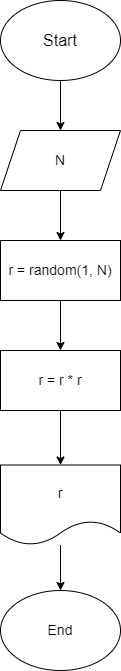
Earlier version of the draw.io export ex000.drawio.png (iksergey/practice_temp). Source tidied: cells renumbered, new cells last; positions are measured from the earlier drawing's top-left corner, leaving out a move shared by most shapes.
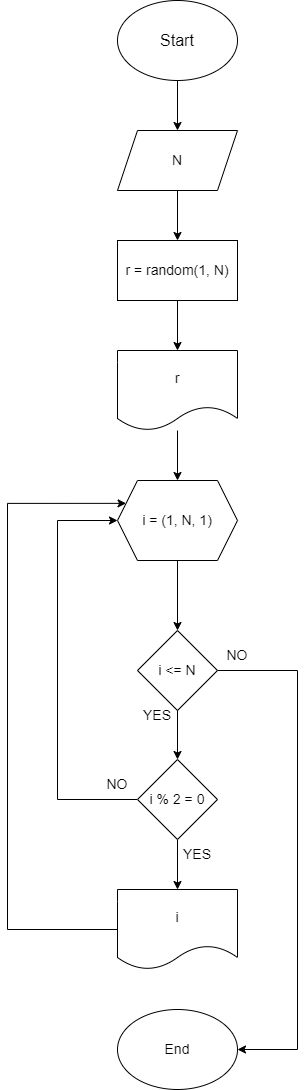
After the commit.

Commit message:
Изменена диаграмма 2

The edit, as a diff of the source:
```diff
@@ -9,7 +9,7 @@
       <mxGeometry width="120" height="80" as="geometry" />
     </mxCell>
     <mxCell id="4" value="&lt;font style=&quot;font-size: 14px;&quot;&gt;End&lt;/font&gt;" style="ellipse;whiteSpace=wrap;html=1;" parent="1" vertex="1">
-      <mxGeometry y="590" width="120" height="80" as="geometry" />
+      <mxGeometry y="1009" width="120" height="80" as="geometry" />
     </mxCell>
     <mxCell id="5" style="edgeStyle=orthogonalEdgeStyle;rounded=0;jettySize=auto;html=1;fontSize=14;" parent="1" edge="1" source="6" target="8">
       <mxGeometry relative="1" as="geometry" />
@@ -17,23 +17,78 @@
     <mxCell id="6" value="&lt;font style=&quot;font-size: 14px;&quot;&gt;N&lt;/font&gt;" style="shape=parallelogram;perimeter=parallelogramPerimeter;whiteSpace=wrap;html=1;fixedSize=1;" parent="1" vertex="1">
       <mxGeometry y="130" width="120" height="60" as="geometry" />
     </mxCell>
-    <mxCell id="7" style="edgeStyle=orthogonalEdgeStyle;rounded=0;jettySize=auto;html=1;fontSize=14;" parent="1" edge="1" source="8" target="10">
-      <mxGeometry relative="1" as="geometry" />
+    <mxCell id="7" style="edgeStyle=orthogonalEdgeStyle;rounded=0;jettySize=auto;html=1;fontSize=14;" parent="1" edge="1" source="8">
+      <mxGeometry relative="1" as="geometry">
+        <mxPoint x="60" y="350" as="targetPoint" />
+      </mxGeometry>
     </mxCell>
     <mxCell id="8" value="&lt;font style=&quot;font-size: 14px;&quot;&gt;r = random(1, N)&lt;/font&gt;" style="rounded=0;whiteSpace=wrap;html=1;" parent="1" vertex="1">
       <mxGeometry y="240" width="120" height="60" as="geometry" />
     </mxCell>
-    <mxCell id="9" style="edgeStyle=orthogonalEdgeStyle;rounded=0;jettySize=auto;html=1;fontSize=14;" parent="1" edge="1" source="10" target="12">
-      <mxGeometry relative="1" as="geometry" />
-    </mxCell>
-    <mxCell id="10" value="&lt;font style=&quot;font-size: 14px;&quot;&gt;r = r * r&lt;/font&gt;" style="rounded=0;whiteSpace=wrap;html=1;" parent="1" vertex="1">
-      <mxGeometry y="350" width="120" height="60" as="geometry" />
-    </mxCell>
-    <mxCell id="11" style="edgeStyle=orthogonalEdgeStyle;rounded=0;jettySize=auto;html=1;fontSize=14;" parent="1" edge="1" source="12" target="4">
-      <mxGeometry relative="1" as="geometry" />
-    </mxCell>
+    <mxCell id="13" style="edgeStyle=orthogonalEdgeStyle;rounded=0;jettySize=auto;html=1;fontSize=14;" parent="1" edge="1" source="12" target="16">
+      <mxGeometry relative="1" as="geometry" />
+    </mxCell>
     <mxCell id="12" value="&lt;font style=&quot;font-size: 14px;&quot;&gt;r&lt;/font&gt;" style="shape=document;whiteSpace=wrap;html=1;boundedLbl=1;" parent="1" vertex="1">
-      <mxGeometry y="464.5" width="120" height="80" as="geometry" />
+      <mxGeometry y="350" width="120" height="80" as="geometry" />
     </mxCell>
+    <mxCell id="14" style="edgeStyle=orthogonalEdgeStyle;rounded=0;jettySize=auto;html=1;fontSize=14;" parent="1" edge="1" target="19">
+      <mxGeometry relative="1" as="geometry">
+        <mxPoint x="60" y="709" as="sourcePoint" />
+      </mxGeometry>
+    </mxCell>
+    <mxCell id="15" style="edgeStyle=orthogonalEdgeStyle;rounded=0;jettySize=auto;html=1;exitX=0.5;exitY=1;exitDx=0;exitDy=0;entryX=0.5;entryY=0;entryDx=0;entryDy=0;fontSize=14;" parent="1" edge="1" source="16" target="25">
+      <mxGeometry relative="1" as="geometry" />
+    </mxCell>
+    <mxCell id="16" value="i = (1, N, 1)" style="shape=hexagon;perimeter=hexagonPerimeter2;whiteSpace=wrap;html=1;fixedSize=1;fontSize=14;" parent="1" vertex="1">
+      <mxGeometry y="480" width="120" height="80" as="geometry" />
+    </mxCell>
+    <mxCell id="17" style="edgeStyle=orthogonalEdgeStyle;rounded=0;jettySize=auto;html=1;fontSize=14;" parent="1" edge="1" source="19" target="21">
+      <mxGeometry relative="1" as="geometry" />
+    </mxCell>
+    <mxCell id="18" style="edgeStyle=orthogonalEdgeStyle;rounded=0;jettySize=auto;html=1;exitX=0;exitY=0.5;exitDx=0;exitDy=0;entryX=0;entryY=0.5;entryDx=0;entryDy=0;fontSize=14;" parent="1" edge="1" source="19" target="16">
+      <mxGeometry relative="1" as="geometry">
+        <Array as="points">
+          <mxPoint x="-60" y="799" />
+          <mxPoint x="-60" y="520" />
+        </Array>
+      </mxGeometry>
+    </mxCell>
+    <mxCell id="19" value="i % 2 = 0" style="rhombus;whiteSpace=wrap;html=1;fontSize=14;" parent="1" vertex="1">
+      <mxGeometry x="20" y="759" width="80" height="80" as="geometry" />
+    </mxCell>
+    <mxCell id="20" style="edgeStyle=orthogonalEdgeStyle;rounded=0;jettySize=auto;html=1;exitX=0;exitY=0.5;exitDx=0;exitDy=0;entryX=0;entryY=0.25;entryDx=0;entryDy=0;fontSize=14;" parent="1" edge="1" source="21" target="16">
+      <mxGeometry relative="1" as="geometry">
+        <Array as="points">
+          <mxPoint x="-110" y="929" />
+          <mxPoint x="-110" y="503" />
+        </Array>
+      </mxGeometry>
+    </mxCell>
+    <mxCell id="21" value="i" style="shape=document;whiteSpace=wrap;html=1;boundedLbl=1;fontSize=14;" parent="1" vertex="1">
+      <mxGeometry y="889" width="120" height="80" as="geometry" />
+    </mxCell>
+    <mxCell id="22" value="NO" style="text;html=1;strokeColor=none;fillColor=none;align=center;verticalAlign=middle;whiteSpace=wrap;rounded=0;fontSize=14;" parent="1" vertex="1">
+      <mxGeometry x="-30" y="769" width="60" height="30" as="geometry" />
+    </mxCell>
+    <mxCell id="23" value="YES" style="text;html=1;strokeColor=none;fillColor=none;align=center;verticalAlign=middle;whiteSpace=wrap;rounded=0;fontSize=14;" parent="1" vertex="1">
+      <mxGeometry x="50" y="839" width="60" height="30" as="geometry" />
+    </mxCell>
+    <mxCell id="24" style="edgeStyle=orthogonalEdgeStyle;rounded=0;jettySize=auto;html=1;exitX=1;exitY=0.5;exitDx=0;exitDy=0;entryX=1;entryY=0.5;entryDx=0;entryDy=0;fontSize=14;" parent="1" edge="1" source="25" target="4">
+      <mxGeometry relative="1" as="geometry">
+        <Array as="points">
+          <mxPoint x="180" y="670" />
+          <mxPoint x="180" y="1049" />
+        </Array>
+      </mxGeometry>
+    </mxCell>
+    <mxCell id="25" value="i &amp;lt;= N" style="rhombus;whiteSpace=wrap;html=1;fontSize=14;" parent="1" vertex="1">
+      <mxGeometry x="20" y="630" width="80" height="80" as="geometry" />
+    </mxCell>
+    <mxCell id="26" value="YES" style="text;html=1;strokeColor=none;fillColor=none;align=center;verticalAlign=middle;whiteSpace=wrap;rounded=0;fontSize=14;" parent="1" vertex="1">
+      <mxGeometry x="10" y="700" width="60" height="30" as="geometry" />
+    </mxCell>
+    <mxCell id="27" value="NO" style="text;html=1;strokeColor=none;fillColor=none;align=center;verticalAlign=middle;whiteSpace=wrap;rounded=0;fontSize=14;" parent="1" vertex="1">
+      <mxGeometry x="90" y="640" width="60" height="30" as="geometry" />
+    </mxCell>
   </root>
 </mxGraphModel>
```
